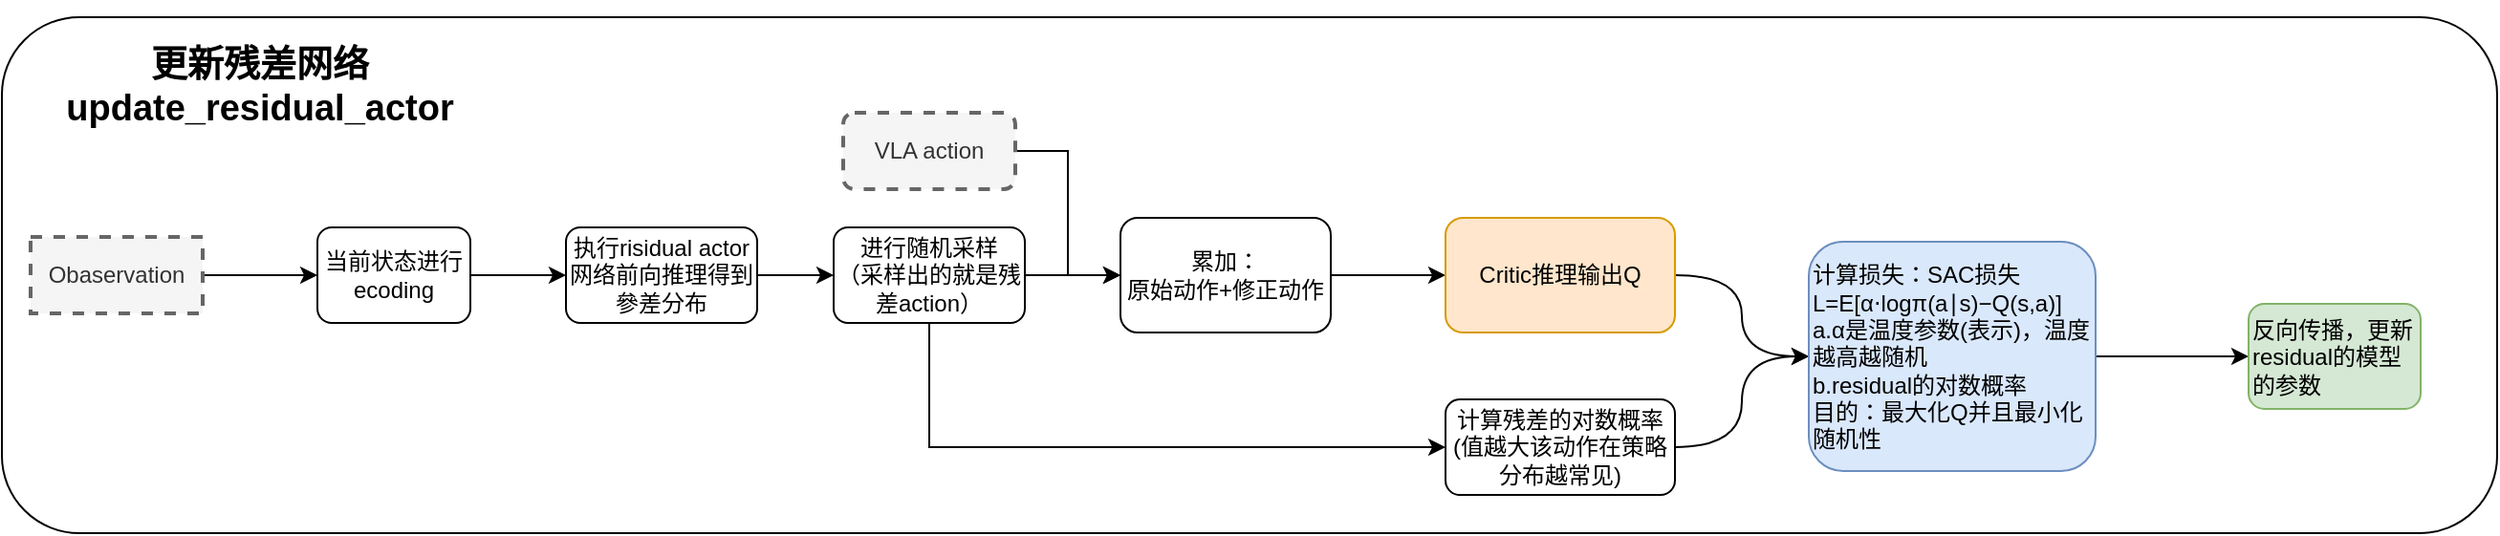
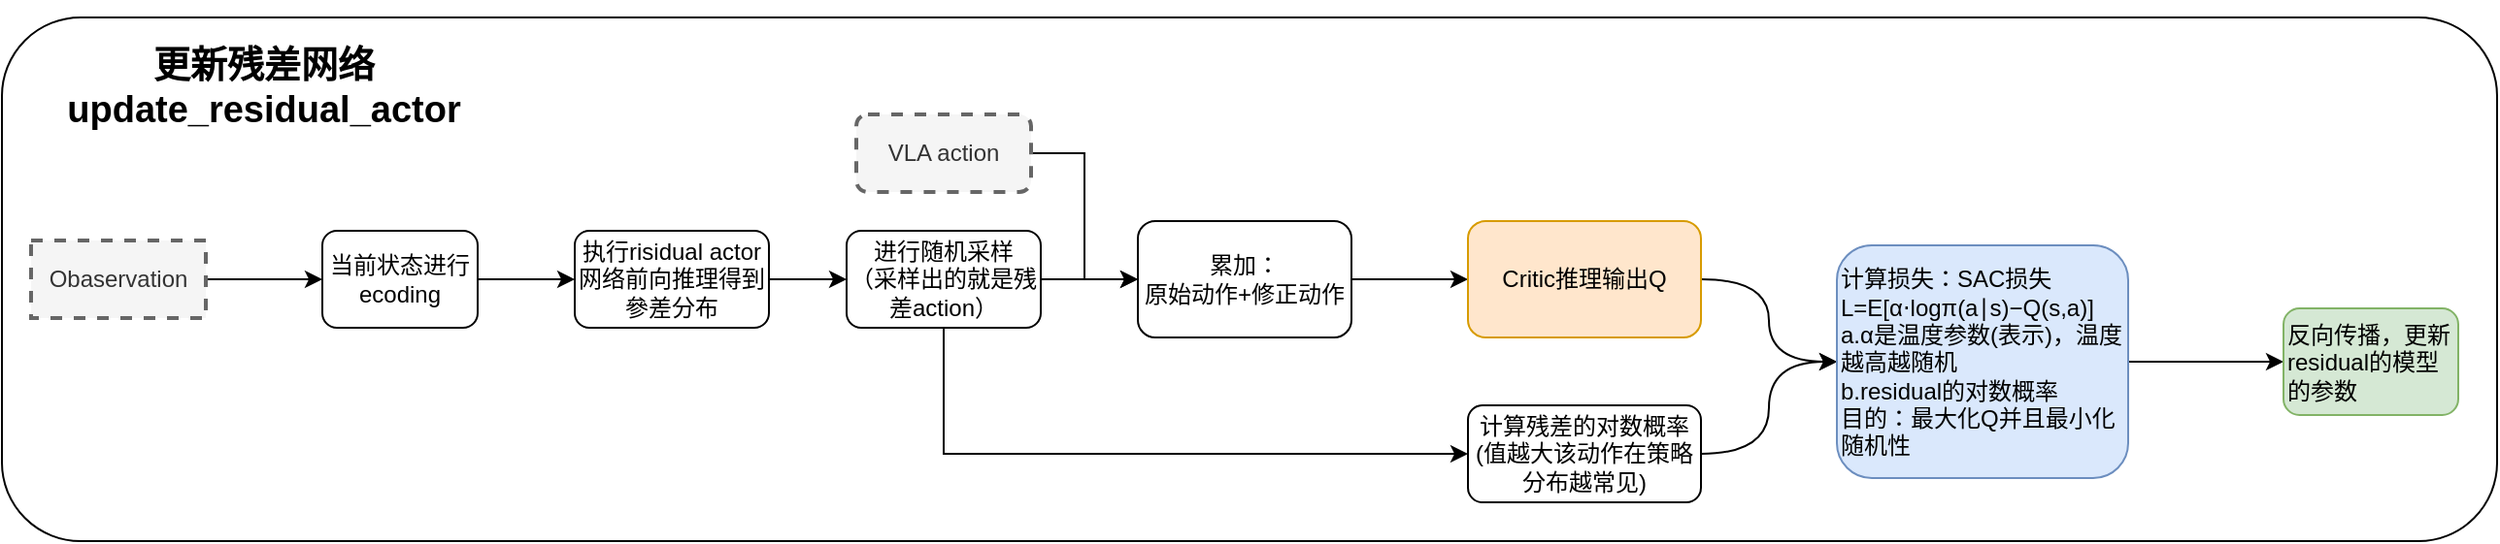
<mxfile host="app.diagrams.net">
  <diagram name="第 1 页" id="Xl2nalXjscSPXPMrPieM">
    <mxGraphModel dx="2320" dy="849" grid="1" gridSize="10" guides="1" tooltips="1" connect="1" arrows="1" fold="1" page="1" pageScale="1" pageWidth="827" pageHeight="1169" math="0" shadow="0">
      <root>
        <mxCell id="0" />
        <mxCell id="1" parent="0" />
        <mxCell id="5m5IZYSdE89hOnIhnB_D-22" parent="1" style="rounded=1;whiteSpace=wrap;html=1;" value="" vertex="1">
-           <mxGeometry height="270" width="1305" x="-55" y="190" as="geometry" />
+           <mxGeometry height="270" width="1285" x="-55" y="190" as="geometry" />
        </mxCell>
        <mxCell id="5m5IZYSdE89hOnIhnB_D-3" edge="1" parent="1" source="5m5IZYSdE89hOnIhnB_D-1" style="edgeStyle=orthogonalEdgeStyle;rounded=0;orthogonalLoop=1;jettySize=auto;html=1;" target="5m5IZYSdE89hOnIhnB_D-2" value="">
          <mxGeometry relative="1" as="geometry" />
        </mxCell>
        <mxCell id="5m5IZYSdE89hOnIhnB_D-1" parent="1" style="rounded=1;whiteSpace=wrap;html=1;" value="当前状态进行ecoding" vertex="1">
          <mxGeometry height="50" width="80" x="110" y="300" as="geometry" />
        </mxCell>
        <mxCell id="5m5IZYSdE89hOnIhnB_D-5" edge="1" parent="1" source="5m5IZYSdE89hOnIhnB_D-2" style="edgeStyle=orthogonalEdgeStyle;rounded=0;orthogonalLoop=1;jettySize=auto;html=1;" target="5m5IZYSdE89hOnIhnB_D-4" value="">
          <mxGeometry relative="1" as="geometry" />
        </mxCell>
        <mxCell id="5m5IZYSdE89hOnIhnB_D-2" parent="1" style="rounded=1;whiteSpace=wrap;html=1;" value="执行risidual actor网络前向推理得到參差分布" vertex="1">
          <mxGeometry height="50" width="100" x="240" y="300" as="geometry" />
        </mxCell>
        <mxCell id="5m5IZYSdE89hOnIhnB_D-7" edge="1" parent="1" source="5m5IZYSdE89hOnIhnB_D-4" style="edgeStyle=orthogonalEdgeStyle;rounded=0;orthogonalLoop=1;jettySize=auto;html=1;exitX=0.5;exitY=1;exitDx=0;exitDy=0;entryX=0;entryY=0.5;entryDx=0;entryDy=0;" target="5m5IZYSdE89hOnIhnB_D-6" value="">
          <mxGeometry relative="1" as="geometry" />
        </mxCell>
        <mxCell id="5m5IZYSdE89hOnIhnB_D-14" edge="1" parent="1" source="5m5IZYSdE89hOnIhnB_D-4" style="edgeStyle=orthogonalEdgeStyle;rounded=0;orthogonalLoop=1;jettySize=auto;html=1;exitX=1;exitY=0.5;exitDx=0;exitDy=0;entryX=0;entryY=0.5;entryDx=0;entryDy=0;" target="5m5IZYSdE89hOnIhnB_D-12">
          <mxGeometry relative="1" as="geometry" />
        </mxCell>
        <mxCell id="5m5IZYSdE89hOnIhnB_D-4" parent="1" style="rounded=1;whiteSpace=wrap;html=1;" value="进行随机采样&lt;br&gt;（采样出的就是残差action）" vertex="1">
          <mxGeometry height="50" width="100" x="380" y="300" as="geometry" />
        </mxCell>
        <mxCell id="5m5IZYSdE89hOnIhnB_D-19" edge="1" parent="1" source="5m5IZYSdE89hOnIhnB_D-6" style="edgeStyle=orthogonalEdgeStyle;rounded=0;orthogonalLoop=1;jettySize=auto;html=1;exitX=1;exitY=0.5;exitDx=0;exitDy=0;entryX=0;entryY=0.5;entryDx=0;entryDy=0;curved=1;" target="5m5IZYSdE89hOnIhnB_D-17">
          <mxGeometry relative="1" as="geometry" />
        </mxCell>
        <mxCell id="5m5IZYSdE89hOnIhnB_D-6" parent="1" style="rounded=1;whiteSpace=wrap;html=1;" value="计算残差的对数概率&lt;br&gt;(值越大该动作在策略分布越常见)" vertex="1">
          <mxGeometry height="50" width="120" x="700" y="390" as="geometry" />
        </mxCell>
        <mxCell id="5m5IZYSdE89hOnIhnB_D-9" edge="1" parent="1" source="5m5IZYSdE89hOnIhnB_D-8" style="edgeStyle=orthogonalEdgeStyle;rounded=0;orthogonalLoop=1;jettySize=auto;html=1;exitX=1;exitY=0.5;exitDx=0;exitDy=0;entryX=0;entryY=0.5;entryDx=0;entryDy=0;" target="5m5IZYSdE89hOnIhnB_D-1">
          <mxGeometry relative="1" as="geometry" />
        </mxCell>
        <mxCell id="5m5IZYSdE89hOnIhnB_D-8" parent="1" style="rounded=0;whiteSpace=wrap;html=1;fillColor=#f5f5f5;fontColor=#333333;strokeColor=#666666;dashed=1;strokeWidth=2;" value="Obaservation" vertex="1">
          <mxGeometry height="40" width="90" x="-40" y="305" as="geometry" />
        </mxCell>
        <mxCell id="5m5IZYSdE89hOnIhnB_D-13" edge="1" parent="1" source="5m5IZYSdE89hOnIhnB_D-10" style="edgeStyle=orthogonalEdgeStyle;rounded=0;orthogonalLoop=1;jettySize=auto;html=1;exitX=1;exitY=0.5;exitDx=0;exitDy=0;entryX=0;entryY=0.5;entryDx=0;entryDy=0;" target="5m5IZYSdE89hOnIhnB_D-12">
          <mxGeometry relative="1" as="geometry" />
        </mxCell>
        <mxCell id="5m5IZYSdE89hOnIhnB_D-10" parent="1" style="rounded=1;whiteSpace=wrap;html=1;fillColor=#f5f5f5;fontColor=#333333;strokeColor=#666666;dashed=1;strokeWidth=2;" value="VLA action" vertex="1">
          <mxGeometry height="40" width="90" x="385" y="240" as="geometry" />
        </mxCell>
        <mxCell id="5m5IZYSdE89hOnIhnB_D-16" edge="1" parent="1" source="5m5IZYSdE89hOnIhnB_D-12" style="edgeStyle=orthogonalEdgeStyle;rounded=0;orthogonalLoop=1;jettySize=auto;html=1;exitX=1;exitY=0.5;exitDx=0;exitDy=0;entryX=0;entryY=0.5;entryDx=0;entryDy=0;" target="5m5IZYSdE89hOnIhnB_D-15">
          <mxGeometry relative="1" as="geometry" />
        </mxCell>
        <mxCell id="5m5IZYSdE89hOnIhnB_D-12" parent="1" style="rounded=1;whiteSpace=wrap;html=1;" value="累加：&lt;br&gt;原始动作+修正动作" vertex="1">
          <mxGeometry height="60" width="110" x="530" y="295" as="geometry" />
        </mxCell>
        <mxCell id="5m5IZYSdE89hOnIhnB_D-18" edge="1" parent="1" source="5m5IZYSdE89hOnIhnB_D-15" style="edgeStyle=orthogonalEdgeStyle;rounded=0;orthogonalLoop=1;jettySize=auto;html=1;exitX=1;exitY=0.5;exitDx=0;exitDy=0;entryX=0;entryY=0.5;entryDx=0;entryDy=0;curved=1;" target="5m5IZYSdE89hOnIhnB_D-17">
          <mxGeometry relative="1" as="geometry" />
        </mxCell>
        <mxCell id="5m5IZYSdE89hOnIhnB_D-15" parent="1" style="rounded=1;whiteSpace=wrap;html=1;fillColor=#ffe6cc;strokeColor=#d79b00;" value="Critic推理输出Q" vertex="1">
          <mxGeometry height="60" width="120" x="700" y="295" as="geometry" />
        </mxCell>
        <mxCell id="5m5IZYSdE89hOnIhnB_D-21" edge="1" parent="1" source="5m5IZYSdE89hOnIhnB_D-17" style="edgeStyle=orthogonalEdgeStyle;curved=1;rounded=0;orthogonalLoop=1;jettySize=auto;html=1;" target="5m5IZYSdE89hOnIhnB_D-20" value="">
          <mxGeometry relative="1" as="geometry" />
        </mxCell>
        <mxCell id="5m5IZYSdE89hOnIhnB_D-17" parent="1" style="rounded=1;whiteSpace=wrap;html=1;align=left;fillColor=#dae8fc;strokeColor=#6c8ebf;" value="计算损失：SAC损失&lt;br&gt;L=E[α⋅logπ(a∣s)−Q(s,a)]&lt;div&gt;a.α是温度参数(表示)，温度越高越随机&lt;br&gt;b.residual的对数概率&lt;br&gt;目的：最大化Q并且最小化随机性&lt;/div&gt;" vertex="1">
          <mxGeometry height="120" width="150" x="890" y="307.5" as="geometry" />
        </mxCell>
        <mxCell id="5m5IZYSdE89hOnIhnB_D-20" parent="1" style="rounded=1;whiteSpace=wrap;html=1;align=left;fillColor=#d5e8d4;strokeColor=#82b366;" value="反向传播，更新residual的模型的参数" vertex="1">
          <mxGeometry height="55" width="90" x="1120" y="340" as="geometry" />
        </mxCell>
        <mxCell id="5m5IZYSdE89hOnIhnB_D-23" parent="1" style="text;html=1;whiteSpace=wrap;strokeColor=none;fillColor=none;align=center;verticalAlign=middle;rounded=0;fontStyle=1;fontSize=19;" value="&lt;br&gt;更新残差网络update_residual_actor" vertex="1">
          <mxGeometry height="30" width="220" x="-30" y="200" as="geometry" />
        </mxCell>
      </root>
    </mxGraphModel>
  </diagram>
</mxfile>
